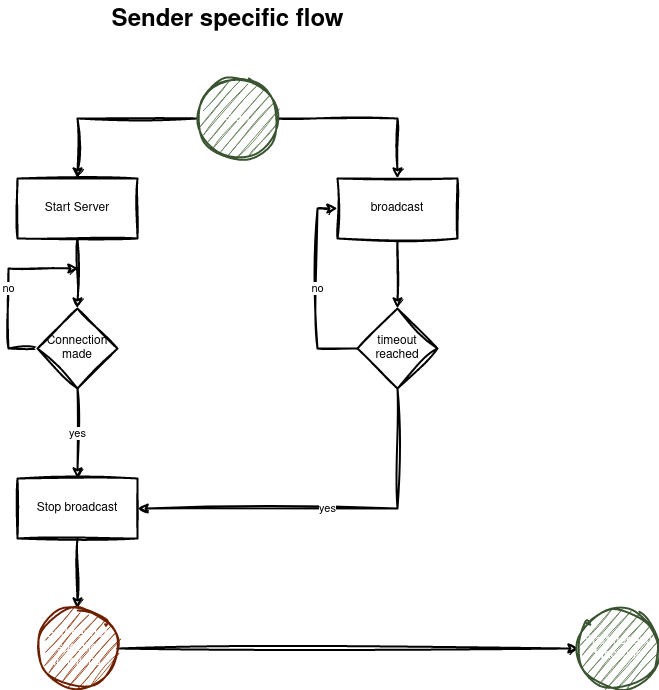
Earlier version of the draw.io export application flow.drawio.png (321swift/swift). Source tidied: cells renumbered, new cells last; positions are measured from the earlier drawing's top-left corner, leaving out a move shared by most shapes.
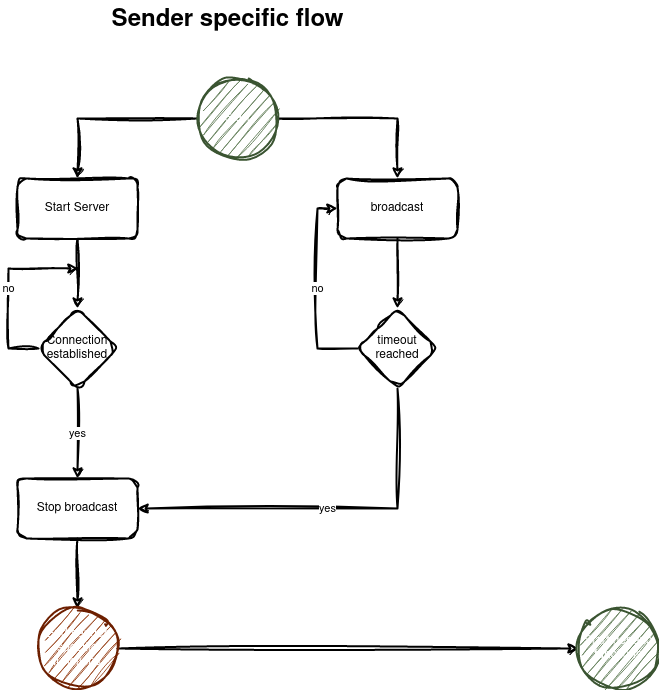
After the commit.

Diff of the diagram source:
```diff
@@ -14,13 +14,13 @@
     <mxCell id="5" style="edgeStyle=orthogonalEdgeStyle;rounded=0;jettySize=auto;html=1;strokeWidth=2;fontFamily=Helvetica;sketch=1;curveFitting=1;jiggle=2;shadow=0;" parent="1" edge="1" source="6" target="11">
       <mxGeometry relative="1" as="geometry" />
     </mxCell>
-    <mxCell id="6" value="Start Server" style="whiteSpace=wrap;html=1;strokeWidth=2;fontFamily=Helvetica;sketch=1;curveFitting=1;jiggle=2;shadow=0;" parent="1" vertex="1">
+    <mxCell id="6" value="Start Server" style="whiteSpace=wrap;html=1;strokeWidth=2;fontFamily=Helvetica;sketch=1;curveFitting=1;jiggle=2;shadow=0;rounded=1;" parent="1" vertex="1">
       <mxGeometry x="9" y="178" width="120" height="60" as="geometry" />
     </mxCell>
     <mxCell id="7" style="edgeStyle=orthogonalEdgeStyle;rounded=0;jettySize=auto;html=1;strokeWidth=2;fontFamily=Helvetica;sketch=1;curveFitting=1;jiggle=2;shadow=0;" parent="1" edge="1" source="8" target="14">
       <mxGeometry relative="1" as="geometry" />
     </mxCell>
-    <mxCell id="8" value="broadcast" style="whiteSpace=wrap;html=1;strokeWidth=2;fontFamily=Helvetica;sketch=1;curveFitting=1;jiggle=2;shadow=0;" parent="1" vertex="1">
+    <mxCell id="8" value="broadcast" style="whiteSpace=wrap;html=1;strokeWidth=2;fontFamily=Helvetica;sketch=1;curveFitting=1;jiggle=2;shadow=0;rounded=1;" parent="1" vertex="1">
       <mxGeometry x="329" y="178" width="120" height="60" as="geometry" />
     </mxCell>
     <mxCell id="9" value="yes" style="edgeStyle=orthogonalEdgeStyle;rounded=0;jettySize=auto;html=1;strokeWidth=2;fontFamily=Helvetica;sketch=1;curveFitting=1;jiggle=2;shadow=0;" parent="1" edge="1" source="11" target="16">
@@ -36,7 +36,7 @@
         </Array>
       </mxGeometry>
     </mxCell>
-    <mxCell id="11" value="Connection made" style="rhombus;whiteSpace=wrap;html=1;strokeWidth=2;fontFamily=Helvetica;sketch=1;curveFitting=1;jiggle=2;shadow=0;" parent="1" vertex="1">
+    <mxCell id="11" value="&lt;div&gt;Connection established&lt;/div&gt;" style="rhombus;whiteSpace=wrap;html=1;strokeWidth=2;fontFamily=Helvetica;sketch=1;curveFitting=1;jiggle=2;shadow=0;rounded=1;" parent="1" vertex="1">
       <mxGeometry x="29" y="308" width="80" height="80" as="geometry" />
     </mxCell>
     <mxCell id="12" value="yes" style="edgeStyle=orthogonalEdgeStyle;rounded=0;jettySize=auto;html=1;entryX=1;entryY=0.5;entryDx=0;entryDy=0;strokeWidth=2;fontFamily=Helvetica;sketch=1;curveFitting=1;jiggle=2;shadow=0;" parent="1" edge="1" source="14" target="16">
@@ -54,13 +54,13 @@
         </Array>
       </mxGeometry>
     </mxCell>
-    <mxCell id="14" value="timeout reached" style="rhombus;whiteSpace=wrap;html=1;strokeWidth=2;fontFamily=Helvetica;sketch=1;curveFitting=1;jiggle=2;shadow=0;" parent="1" vertex="1">
+    <mxCell id="14" value="timeout reached" style="rhombus;whiteSpace=wrap;html=1;strokeWidth=2;fontFamily=Helvetica;sketch=1;curveFitting=1;jiggle=2;shadow=0;rounded=1;" parent="1" vertex="1">
       <mxGeometry x="349" y="308" width="80" height="80" as="geometry" />
     </mxCell>
     <mxCell id="15" style="edgeStyle=orthogonalEdgeStyle;rounded=0;jettySize=auto;html=1;strokeWidth=2;fontFamily=Helvetica;sketch=1;curveFitting=1;jiggle=2;shadow=0;" parent="1" edge="1" source="16" target="18">
       <mxGeometry relative="1" as="geometry" />
     </mxCell>
-    <mxCell id="16" value="Stop broadcast" style="whiteSpace=wrap;html=1;strokeWidth=2;fontFamily=Helvetica;sketch=1;curveFitting=1;jiggle=2;shadow=0;" parent="1" vertex="1">
+    <mxCell id="16" value="Stop broadcast" style="whiteSpace=wrap;html=1;strokeWidth=2;fontFamily=Helvetica;sketch=1;curveFitting=1;jiggle=2;shadow=0;rounded=1;" parent="1" vertex="1">
       <mxGeometry x="9" y="478" width="120" height="60" as="geometry" />
     </mxCell>
     <mxCell id="17" style="edgeStyle=orthogonalEdgeStyle;rounded=0;jettySize=auto;html=1;strokeWidth=2;sketch=1;curveFitting=1;jiggle=2;shadow=0;" parent="1" edge="1" source="18" target="19">
```
